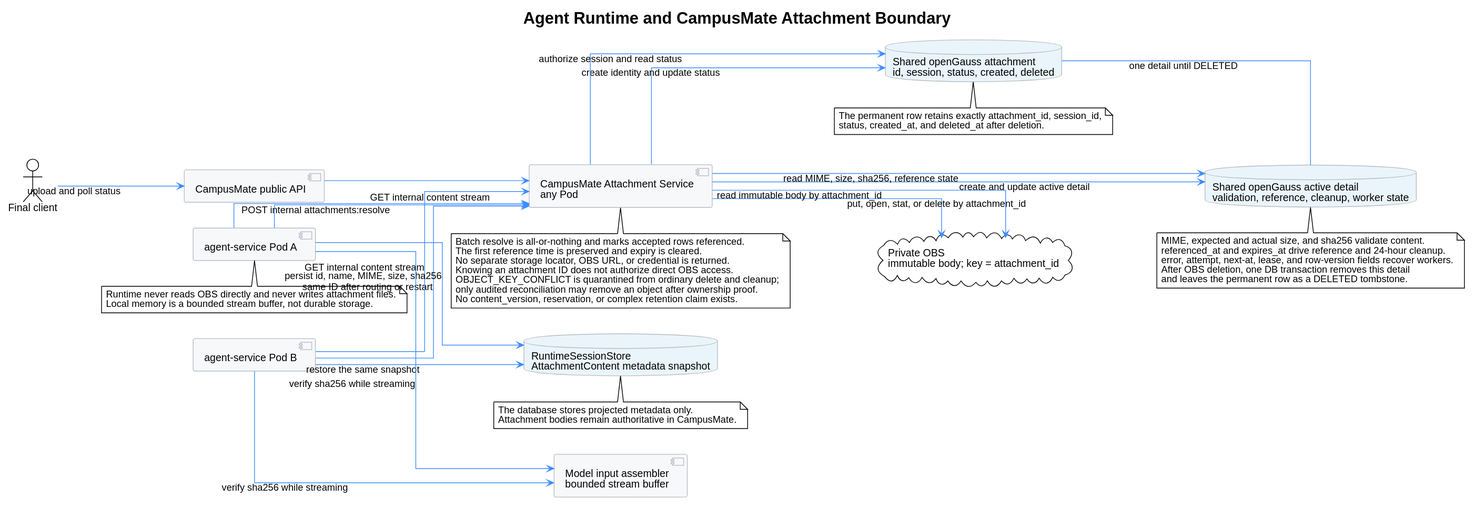
The PlantUML diagram agent-runtime-template/runtime_attachment_service_boundary.svg in superheromeZzh/pi-mono-java-design, before a commit. The source it was exported from:
```plantuml
@startuml
!theme plain
left to right direction
skinparam backgroundColor white
skinparam defaultFontName Helvetica
skinparam shadowing false
skinparam linetype ortho
skinparam ArrowColor #3D8DFF
skinparam componentBorderColor #B8BCC4
skinparam componentBackgroundColor #F7F8FA
skinparam databaseBorderColor #B8BCC4
skinparam databaseBackgroundColor #EAF5FB

title Agent Runtime and CampusMate Attachment Boundary

actor "Final client" as Client
component "CampusMate public API" as PublicApi
component "CampusMate Attachment Service\nany Pod" as AttachmentService
database "Shared openGauss attachment\nid, session, status, created, deleted" as AttachmentDb
database "Shared openGauss active detail\nvalidation, reference, cleanup, worker state" as AttachmentDetail
cloud "Private OBS\nimmutable body; key = attachment_id" as Obs
component "agent-service Pod A" as RuntimeA
component "agent-service Pod B" as RuntimeB
database "RuntimeSessionStore\nAttachmentContent metadata snapshot" as RuntimeStore
component "Model input assembler\nbounded stream buffer" as Assembler

Client --> PublicApi : upload and poll status
PublicApi --> AttachmentService
AttachmentService --> AttachmentDb : create identity and update status
AttachmentService --> AttachmentDetail : create and update active detail
AttachmentDb -- AttachmentDetail : one detail until DELETED
AttachmentService --> Obs : put, open, stat, or delete by attachment_id
RuntimeA --> AttachmentService : POST internal attachments:resolve
RuntimeB --> AttachmentService : same ID after routing or restart
RuntimeA --> AttachmentService : GET internal content stream
RuntimeB --> AttachmentService : GET internal content stream
AttachmentService --> AttachmentDb : authorize session and read status
AttachmentService --> AttachmentDetail : read MIME, size, sha256, reference state
AttachmentService --> Obs : read immutable body by attachment_id
RuntimeA --> RuntimeStore : persist id, name, MIME, size, sha256
RuntimeB --> RuntimeStore : restore the same snapshot
RuntimeA --> Assembler : verify sha256 while streaming
RuntimeB --> Assembler : verify sha256 while streaming

note bottom of AttachmentService
  Batch resolve is all-or-nothing and marks accepted rows referenced.
  The first reference time is preserved and expiry is cleared.
  No separate storage locator, OBS URL, or credential is returned.
  Knowing an attachment ID does not authorize direct OBS access.
  OBJECT_KEY_CONFLICT is quarantined from ordinary delete and cleanup;
  only audited reconciliation may remove an object after ownership proof.
  No content_version, reservation, or complex retention claim exists.
end note

note bottom of AttachmentDb
  The permanent row retains exactly attachment_id, session_id,
  status, created_at, and deleted_at after deletion.
end note

note bottom of AttachmentDetail
  MIME, expected and actual size, and sha256 validate content.
  referenced_at and expires_at drive reference and 24-hour cleanup.
  error, attempt, next-at, lease, and row-version fields recover workers.
  After OBS deletion, one DB transaction removes this detail
  and leaves the permanent row as a DELETED tombstone.
end note

note bottom of RuntimeA
  Runtime never reads OBS directly and never writes attachment files.
  Local memory is a bounded stream buffer, not durable storage.
end note

note bottom of RuntimeStore
  The database stores projected metadata only.
  Attachment bodies remain authoritative in CampusMate.
end note
@enduml
```
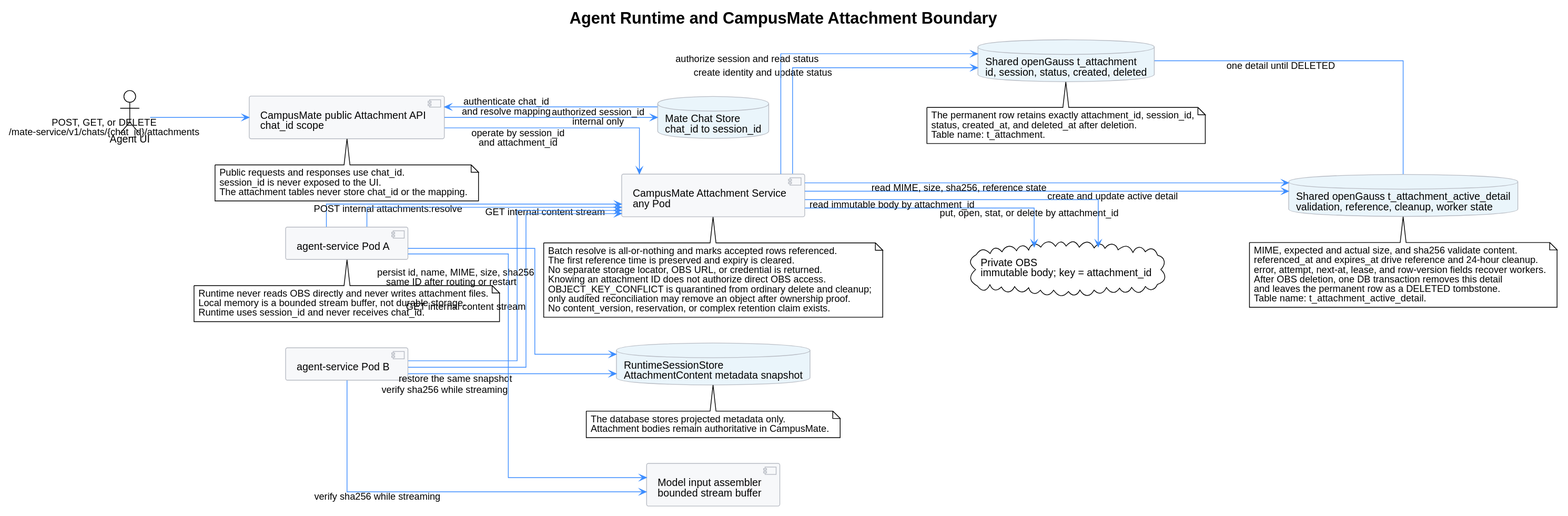
The same diagram one commit later.

The edit, as a diff of the source:
```diff
@@ -13,19 +13,22 @@
 
 title Agent Runtime and CampusMate Attachment Boundary
 
-actor "Final client" as Client
-component "CampusMate public API" as PublicApi
+actor "Agent UI" as Client
+component "CampusMate public Attachment API\nchat_id scope" as PublicApi
+database "Mate Chat Store\nchat_id to session_id" as ChatStore
 component "CampusMate Attachment Service\nany Pod" as AttachmentService
-database "Shared openGauss attachment\nid, session, status, created, deleted" as AttachmentDb
-database "Shared openGauss active detail\nvalidation, reference, cleanup, worker state" as AttachmentDetail
+database "Shared openGauss t_attachment\nid, session, status, created, deleted" as AttachmentDb
+database "Shared openGauss t_attachment_active_detail\nvalidation, reference, cleanup, worker state" as AttachmentDetail
 cloud "Private OBS\nimmutable body; key = attachment_id" as Obs
 component "agent-service Pod A" as RuntimeA
 component "agent-service Pod B" as RuntimeB
 database "RuntimeSessionStore\nAttachmentContent metadata snapshot" as RuntimeStore
 component "Model input assembler\nbounded stream buffer" as Assembler
 
-Client --> PublicApi : upload and poll status
-PublicApi --> AttachmentService
+Client --> PublicApi : POST, GET, or DELETE\n/mate-service/v1/chats/{chat_id}/attachments
+PublicApi --> ChatStore : authenticate chat_id\nand resolve mapping
+ChatStore --> PublicApi : authorized session_id\ninternal only
+PublicApi --> AttachmentService : operate by session_id\nand attachment_id
 AttachmentService --> AttachmentDb : create identity and update status
 AttachmentService --> AttachmentDetail : create and update active detail
 AttachmentDb -- AttachmentDetail : one detail until DELETED
@@ -52,9 +55,16 @@
   No content_version, reservation, or complex retention claim exists.
 end note
 
+note bottom of PublicApi
+  Public requests and responses use chat_id.
+  session_id is never exposed to the UI.
+  The attachment tables never store chat_id or the mapping.
+end note
+
 note bottom of AttachmentDb
   The permanent row retains exactly attachment_id, session_id,
   status, created_at, and deleted_at after deletion.
+  Table name: t_attachment.
 end note
 
 note bottom of AttachmentDetail
@@ -63,11 +73,13 @@
   error, attempt, next-at, lease, and row-version fields recover workers.
   After OBS deletion, one DB transaction removes this detail
   and leaves the permanent row as a DELETED tombstone.
+  Table name: t_attachment_active_detail.
 end note
 
 note bottom of RuntimeA
   Runtime never reads OBS directly and never writes attachment files.
   Local memory is a bounded stream buffer, not durable storage.
+  Runtime uses session_id and never receives chat_id.
 end note
 
 note bottom of RuntimeStore
```
